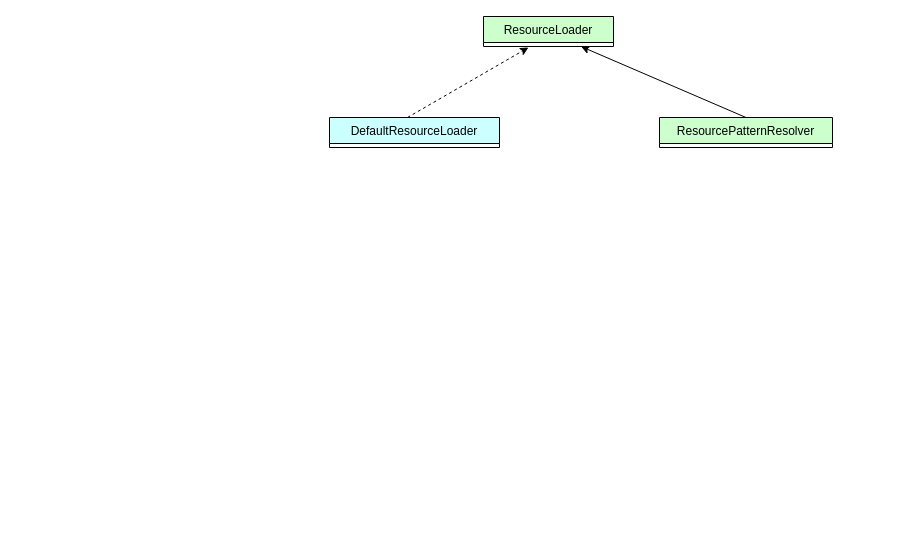
Above: spring/aop/AspectJExpressionPointcut.drawio in MuggleStar/draw_io (draw.io), before the change. Source tidied: cells renumbered, new cells numbered last; positions are measured from the earlier drawing's top-left corner, leaving out a move shared by most shapes. Both pictures are drawn from the tidied source at 100%, with x=0, y=0 at pixel (329, 16).
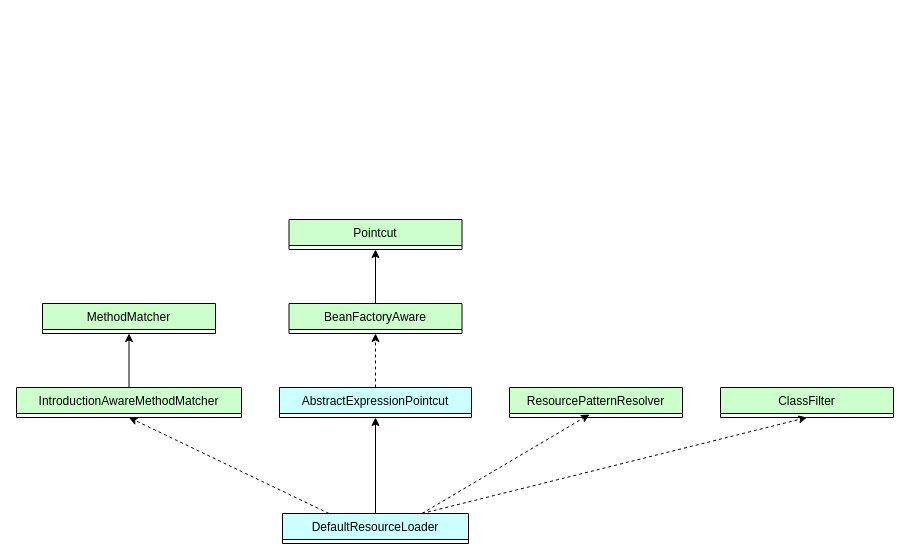
The same diagram, later.

What changed in the source:
```diff
@@
 <mxGraphModel>
   <root>
     <mxCell id="0" />
     <mxCell id="1" parent="0" />
-    <mxCell id="2" value="ResourceLoader" style="swimlane;fontStyle=0;horizontal=1;startSize=26;fillColor=#CCFFCC;direction=east;strokeColor=default;swimlaneLine=1;glass=0;rounded=0;shadow=0;" parent="1" vertex="1" collapsed="1">
-      <mxGeometry x="154" width="130" height="30" as="geometry" />
-    </mxCell>
     <mxCell id="3" value="DefaultResourceLoader" style="swimlane;fontStyle=0;horizontal=1;startSize=26;fillColor=#CCFFFF;direction=east;strokeColor=default;swimlaneLine=1;glass=0;rounded=0;shadow=0;" parent="1" vertex="1" collapsed="1">
-      <mxGeometry y="101" width="170" height="30" as="geometry" />
+      <mxGeometry x="-47" y="497" width="186" height="30" as="geometry" />
     </mxCell>
-    <mxCell id="4" value="ResourcePatternResolver" style="swimlane;fontStyle=0;horizontal=1;startSize=26;fillColor=#CCFFCC;direction=east;strokeColor=default;swimlaneLine=1;glass=0;rounded=0;shadow=0;" parent="1" vertex="1" collapsed="1">
-      <mxGeometry x="330" y="101" width="173" height="30" as="geometry" />
-    </mxCell>
-    <mxCell id="5" style="endArrow=classic;html=1;rounded=0;dashed=1;" parent="1" edge="1">
-      <mxGeometry relative="1" as="geometry">
-        <mxPoint x="78" y="101" as="sourcePoint" />
-        <mxPoint x="199" y="31" as="targetPoint" />
-      </mxGeometry>
+    <mxCell id="5" style="endArrow=classic;html=1;rounded=0;dashed=1;exitX=0.75;exitY=0;exitDx=0;exitDy=0;entryX=0.5;entryY=1;entryDx=0;entryDy=0;" parent="1" edge="1" source="3" target="10">
+      <mxGeometry relative="1" as="geometry" />
     </mxCell>
-    <mxCell id="6" style="endArrow=classic;html=1;rounded=0;entryX=0.75;entryY=1;entryDx=0;entryDy=0;exitX=0.5;exitY=0;exitDx=0;exitDy=0;" parent="1" edge="1" source="4" target="2">
+    <mxCell id="6" style="endArrow=classic;html=1;rounded=0;exitX=0.5;exitY=0;exitDx=0;exitDy=0;" parent="1" edge="1" source="3" target="12">
       <mxGeometry relative="1" as="geometry" />
     </mxCell>
+    <mxCell id="7" value="MethodMatcher" style="swimlane;fontStyle=0;horizontal=1;startSize=26;fillColor=#CCFFCC;direction=east;strokeColor=default;swimlaneLine=1;glass=0;rounded=0;shadow=0;" parent="1" vertex="1" collapsed="1">
+      <mxGeometry x="-287" y="287" width="173" height="30" as="geometry" />
+    </mxCell>
+    <mxCell id="8" value="Pointcut" style="swimlane;fontStyle=0;horizontal=1;startSize=26;fillColor=#CCFFCC;direction=east;strokeColor=default;swimlaneLine=1;glass=0;rounded=0;shadow=0;" parent="1" vertex="1" collapsed="1">
+      <mxGeometry x="-40.5" y="203" width="173" height="30" as="geometry" />
+    </mxCell>
+    <mxCell id="9" value="BeanFactoryAware" style="swimlane;fontStyle=0;horizontal=1;startSize=26;fillColor=#CCFFCC;direction=east;strokeColor=default;swimlaneLine=1;glass=0;rounded=0;shadow=0;" parent="1" vertex="1" collapsed="1">
+      <mxGeometry x="-40.5" y="287" width="173" height="30" as="geometry" />
+    </mxCell>
+    <mxCell id="4" value="ResourcePatternResolver" style="swimlane;fontStyle=0;horizontal=1;startSize=26;fillColor=#CCFFCC;direction=east;strokeColor=default;swimlaneLine=1;glass=0;rounded=0;shadow=0;" parent="1" vertex="1" collapsed="1">
+      <mxGeometry x="180" y="371" width="173" height="30" as="geometry" />
+    </mxCell>
+    <mxCell id="10" value="ClassFilter" style="swimlane;fontStyle=0;horizontal=1;startSize=26;fillColor=#CCFFCC;direction=east;strokeColor=default;swimlaneLine=1;glass=0;rounded=0;shadow=0;" parent="1" vertex="1" collapsed="1">
+      <mxGeometry x="391" y="371" width="173" height="30" as="geometry" />
+    </mxCell>
+    <mxCell id="11" value="IntroductionAwareMethodMatcher" style="swimlane;fontStyle=0;horizontal=1;startSize=26;fillColor=#CCFFCC;direction=east;strokeColor=default;swimlaneLine=1;glass=0;rounded=0;shadow=0;" parent="1" vertex="1" collapsed="1">
+      <mxGeometry x="-313" y="371" width="225" height="30" as="geometry" />
+    </mxCell>
+    <mxCell id="12" value="AbstractExpressionPointcut" style="swimlane;fontStyle=0;horizontal=1;startSize=26;fillColor=#CCFFFF;direction=east;strokeColor=default;swimlaneLine=1;glass=0;rounded=0;shadow=0;" parent="1" vertex="1" collapsed="1">
+      <mxGeometry x="-50" y="371" width="192" height="30" as="geometry" />
+    </mxCell>
+    <mxCell id="13" style="endArrow=classic;html=1;rounded=0;dashed=1;exitX=0.75;exitY=0;exitDx=0;exitDy=0;" parent="1" edge="1" source="3">
+      <mxGeometry relative="1" as="geometry">
+        <mxPoint x="260" y="398" as="targetPoint" />
+      </mxGeometry>
+    </mxCell>
+    <mxCell id="14" style="endArrow=classic;html=1;rounded=0;dashed=1;exitX=0.25;exitY=0;exitDx=0;exitDy=0;entryX=0.5;entryY=1;entryDx=0;entryDy=0;" parent="1" edge="1" source="3" target="11">
+      <mxGeometry relative="1" as="geometry" />
+    </mxCell>
+    <mxCell id="15" style="endArrow=classic;html=1;rounded=0;dashed=1;exitX=0.5;exitY=0;exitDx=0;exitDy=0;entryX=0.5;entryY=1;entryDx=0;entryDy=0;" parent="1" edge="1" source="12" target="9">
+      <mxGeometry relative="1" as="geometry" />
+    </mxCell>
+    <mxCell id="16" style="endArrow=classic;html=1;rounded=0;exitX=0.5;exitY=0;exitDx=0;exitDy=0;entryX=0.5;entryY=1;entryDx=0;entryDy=0;" parent="1" edge="1" source="9" target="8">
+      <mxGeometry relative="1" as="geometry" />
+    </mxCell>
+    <mxCell id="17" style="endArrow=classic;html=1;rounded=0;exitX=0.5;exitY=0;exitDx=0;exitDy=0;entryX=0.5;entryY=1;entryDx=0;entryDy=0;" parent="1" edge="1" source="11" target="7">
+      <mxGeometry relative="1" as="geometry" />
+    </mxCell>
   </root>
 </mxGraphModel>
```
